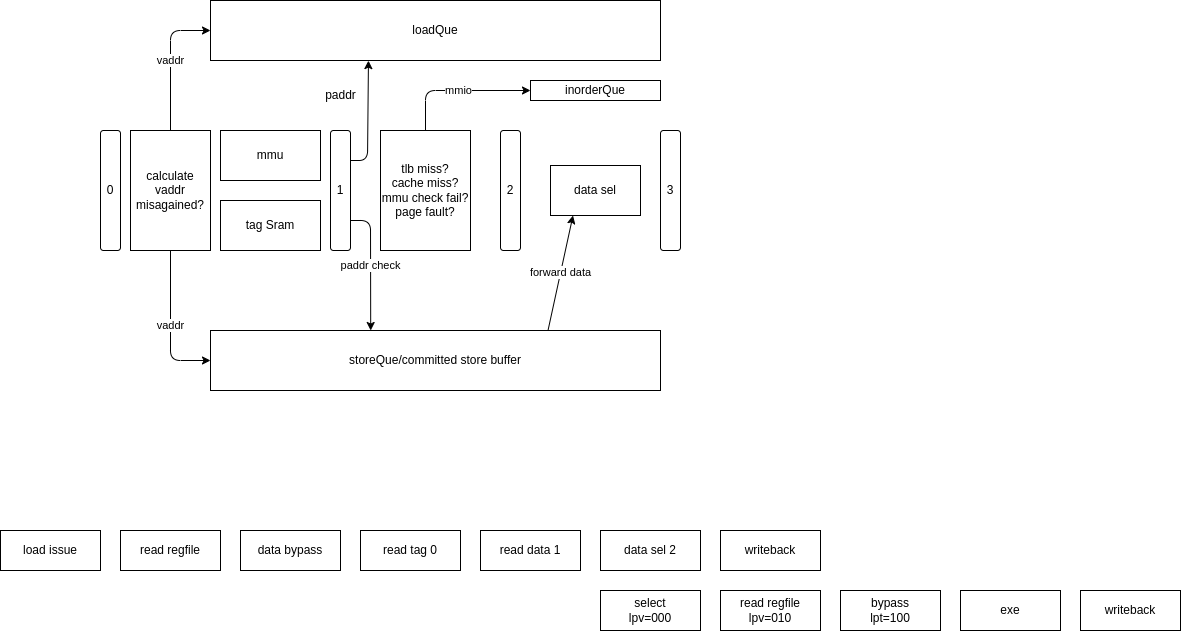
The draw.io diagram doc/O3-memoryaccess.drawio.png in tastynoob/aura-core, before a commit. Source tidied: cells renumbered, new cells last; positions are measured from the earlier drawing's top-left corner, leaving out a move shared by most shapes. Its diagram source:
```xml
<mxGraphModel>
  <root>
    <mxCell id="0" />
    <mxCell id="1" parent="0" />
    <mxCell id="2" value="tag Sram" style="rounded=0;whiteSpace=wrap;html=1;" parent="1" vertex="1">
      <mxGeometry x="220" y="200" width="100" height="50" as="geometry" />
    </mxCell>
    <mxCell id="3" style="edgeStyle=none;html=1;exitX=1;exitY=0.25;exitDx=0;exitDy=0;entryX=0.351;entryY=1.002;entryDx=0;entryDy=0;entryPerimeter=0;" parent="1" edge="1" source="5" target="14">
      <mxGeometry relative="1" as="geometry">
        <Array as="points">
          <mxPoint x="367" y="160" />
        </Array>
      </mxGeometry>
    </mxCell>
    <mxCell id="4" value="paddr check" style="edgeStyle=none;html=1;exitX=1;exitY=0.75;exitDx=0;exitDy=0;entryX=0.356;entryY=0;entryDx=0;entryDy=0;entryPerimeter=0;" parent="1" edge="1" source="5" target="17">
      <mxGeometry relative="1" as="geometry">
        <Array as="points">
          <mxPoint x="370" y="220" />
        </Array>
      </mxGeometry>
    </mxCell>
    <mxCell id="5" value="1" style="rounded=1;whiteSpace=wrap;html=1;" parent="1" vertex="1">
      <mxGeometry x="330" y="130" width="20" height="120" as="geometry" />
    </mxCell>
    <mxCell id="6" value="2" style="rounded=1;whiteSpace=wrap;html=1;" parent="1" vertex="1">
      <mxGeometry x="500" y="130" width="20" height="120" as="geometry" />
    </mxCell>
    <mxCell id="7" value="0" style="rounded=1;whiteSpace=wrap;html=1;" parent="1" vertex="1">
      <mxGeometry x="100" y="130" width="20" height="120" as="geometry" />
    </mxCell>
    <mxCell id="8" value="vaddr" style="edgeStyle=none;html=1;exitX=0.5;exitY=0;exitDx=0;exitDy=0;entryX=0;entryY=0.5;entryDx=0;entryDy=0;" parent="1" edge="1" source="10" target="14">
      <mxGeometry relative="1" as="geometry">
        <Array as="points">
          <mxPoint x="170" y="30" />
        </Array>
      </mxGeometry>
    </mxCell>
    <mxCell id="9" value="vaddr" style="edgeStyle=none;html=1;exitX=0.5;exitY=1;exitDx=0;exitDy=0;entryX=0;entryY=0.5;entryDx=0;entryDy=0;" parent="1" edge="1" source="10" target="17">
      <mxGeometry relative="1" as="geometry">
        <Array as="points">
          <mxPoint x="170" y="360" />
        </Array>
      </mxGeometry>
    </mxCell>
    <mxCell id="10" value="calculate vaddr&lt;br&gt;misagained?" style="rounded=0;whiteSpace=wrap;html=1;" parent="1" vertex="1">
      <mxGeometry x="130" y="130" width="80" height="120" as="geometry" />
    </mxCell>
    <mxCell id="11" value="mmu" style="rounded=0;whiteSpace=wrap;html=1;" parent="1" vertex="1">
      <mxGeometry x="220" y="130" width="100" height="50" as="geometry" />
    </mxCell>
    <mxCell id="12" value="mmio" style="edgeStyle=none;html=1;exitX=0.5;exitY=0;exitDx=0;exitDy=0;entryX=0;entryY=0.5;entryDx=0;entryDy=0;" parent="1" edge="1" source="13" target="31">
      <mxGeometry relative="1" as="geometry">
        <Array as="points">
          <mxPoint x="425" y="90" />
        </Array>
      </mxGeometry>
    </mxCell>
    <mxCell id="13" value="tlb miss?&lt;br&gt;cache miss?&lt;br&gt;mmu check fail?&lt;br&gt;page fault?" style="rounded=0;whiteSpace=wrap;html=1;" parent="1" vertex="1">
      <mxGeometry x="380" y="130" width="90" height="120" as="geometry" />
    </mxCell>
    <mxCell id="14" value="loadQue" style="rounded=0;whiteSpace=wrap;html=1;" parent="1" vertex="1">
      <mxGeometry x="210" width="450" height="60" as="geometry" />
    </mxCell>
    <mxCell id="15" value="paddr" style="text;html=1;align=center;verticalAlign=middle;strokeColor=none;fillColor=none;" parent="1" vertex="1">
      <mxGeometry x="315" y="80" width="50" height="30" as="geometry" />
    </mxCell>
    <mxCell id="16" value="forward data" style="edgeStyle=none;html=1;exitX=0.75;exitY=0;exitDx=0;exitDy=0;entryX=0.25;entryY=1;entryDx=0;entryDy=0;" parent="1" edge="1" source="17" target="19">
      <mxGeometry relative="1" as="geometry" />
    </mxCell>
    <mxCell id="17" value="storeQue/committed store buffer" style="rounded=0;whiteSpace=wrap;html=1;" parent="1" vertex="1">
      <mxGeometry x="210" y="330" width="450" height="60" as="geometry" />
    </mxCell>
    <mxCell id="18" value="3" style="rounded=1;whiteSpace=wrap;html=1;" parent="1" vertex="1">
      <mxGeometry x="660" y="130" width="20" height="120" as="geometry" />
    </mxCell>
    <mxCell id="19" value="data sel" style="rounded=0;whiteSpace=wrap;html=1;" parent="1" vertex="1">
      <mxGeometry x="550" y="165" width="90" height="50" as="geometry" />
    </mxCell>
    <mxCell id="20" value="load issue" style="rounded=0;whiteSpace=wrap;html=1;" parent="1" vertex="1">
      <mxGeometry y="530" width="100" height="40" as="geometry" />
    </mxCell>
    <mxCell id="21" value="read regfile" style="rounded=0;whiteSpace=wrap;html=1;" parent="1" vertex="1">
      <mxGeometry x="120" y="530" width="100" height="40" as="geometry" />
    </mxCell>
    <mxCell id="22" value="data bypass" style="rounded=0;whiteSpace=wrap;html=1;" parent="1" vertex="1">
      <mxGeometry x="240" y="530" width="100" height="40" as="geometry" />
    </mxCell>
    <mxCell id="23" value="read tag 0" style="rounded=0;whiteSpace=wrap;html=1;" parent="1" vertex="1">
      <mxGeometry x="360" y="530" width="100" height="40" as="geometry" />
    </mxCell>
    <mxCell id="24" value="read data 1" style="rounded=0;whiteSpace=wrap;html=1;" parent="1" vertex="1">
      <mxGeometry x="480" y="530" width="100" height="40" as="geometry" />
    </mxCell>
    <mxCell id="25" value="data sel 2" style="rounded=0;whiteSpace=wrap;html=1;" parent="1" vertex="1">
      <mxGeometry x="600" y="530" width="100" height="40" as="geometry" />
    </mxCell>
    <mxCell id="26" value="writeback" style="rounded=0;whiteSpace=wrap;html=1;" parent="1" vertex="1">
      <mxGeometry x="720" y="530" width="100" height="40" as="geometry" />
    </mxCell>
    <mxCell id="27" value="read regfile&lt;br&gt;lpv=010" style="rounded=0;whiteSpace=wrap;html=1;" parent="1" vertex="1">
      <mxGeometry x="720" y="590" width="100" height="40" as="geometry" />
    </mxCell>
    <mxCell id="28" value="bypass&lt;br&gt;lpt=100" style="rounded=0;whiteSpace=wrap;html=1;" parent="1" vertex="1">
      <mxGeometry x="840" y="590" width="100" height="40" as="geometry" />
    </mxCell>
    <mxCell id="29" value="exe" style="rounded=0;whiteSpace=wrap;html=1;" parent="1" vertex="1">
      <mxGeometry x="960" y="590" width="100" height="40" as="geometry" />
    </mxCell>
    <mxCell id="30" value="writeback" style="rounded=0;whiteSpace=wrap;html=1;" parent="1" vertex="1">
      <mxGeometry x="1080" y="590" width="100" height="40" as="geometry" />
    </mxCell>
    <mxCell id="31" value="inorderQue" style="rounded=0;whiteSpace=wrap;html=1;" parent="1" vertex="1">
      <mxGeometry x="530" y="80" width="130" height="20" as="geometry" />
    </mxCell>
    <mxCell id="32" value="select&lt;br&gt;lpv=000" style="rounded=0;whiteSpace=wrap;html=1;" parent="1" vertex="1">
      <mxGeometry x="600" y="590" width="100" height="40" as="geometry" />
    </mxCell>
  </root>
</mxGraphModel>
```
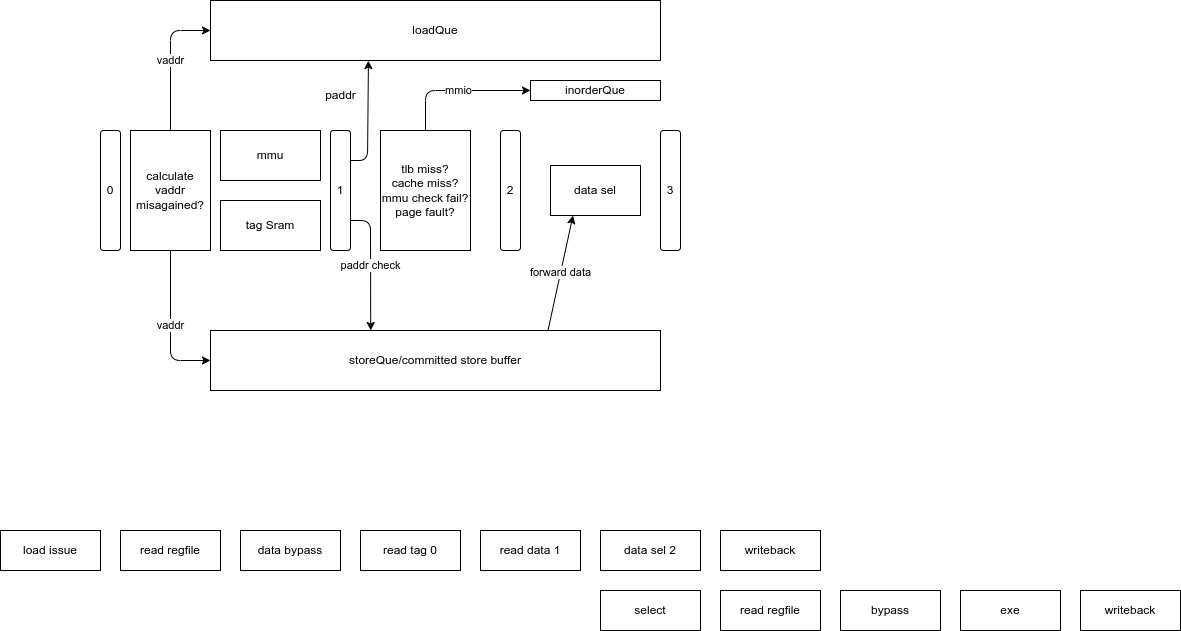
After the commit.

Change to the diagram source:
```diff
@@ -97,10 +97,10 @@
     <mxCell id="26" value="writeback" style="rounded=0;whiteSpace=wrap;html=1;" parent="1" vertex="1">
       <mxGeometry x="720" y="530" width="100" height="40" as="geometry" />
     </mxCell>
-    <mxCell id="27" value="read regfile&lt;br&gt;lpv=010" style="rounded=0;whiteSpace=wrap;html=1;" parent="1" vertex="1">
+    <mxCell id="27" value="read regfile" style="rounded=0;whiteSpace=wrap;html=1;" parent="1" vertex="1">
       <mxGeometry x="720" y="590" width="100" height="40" as="geometry" />
     </mxCell>
-    <mxCell id="28" value="bypass&lt;br&gt;lpt=100" style="rounded=0;whiteSpace=wrap;html=1;" parent="1" vertex="1">
+    <mxCell id="28" value="bypass" style="rounded=0;whiteSpace=wrap;html=1;" parent="1" vertex="1">
       <mxGeometry x="840" y="590" width="100" height="40" as="geometry" />
     </mxCell>
     <mxCell id="29" value="exe" style="rounded=0;whiteSpace=wrap;html=1;" parent="1" vertex="1">
@@ -112,7 +112,7 @@
     <mxCell id="31" value="inorderQue" style="rounded=0;whiteSpace=wrap;html=1;" parent="1" vertex="1">
       <mxGeometry x="530" y="80" width="130" height="20" as="geometry" />
     </mxCell>
-    <mxCell id="32" value="select&lt;br&gt;lpv=000" style="rounded=0;whiteSpace=wrap;html=1;" parent="1" vertex="1">
+    <mxCell id="32" value="select" style="rounded=0;whiteSpace=wrap;html=1;" parent="1" vertex="1">
       <mxGeometry x="600" y="590" width="100" height="40" as="geometry" />
     </mxCell>
   </root>
```
